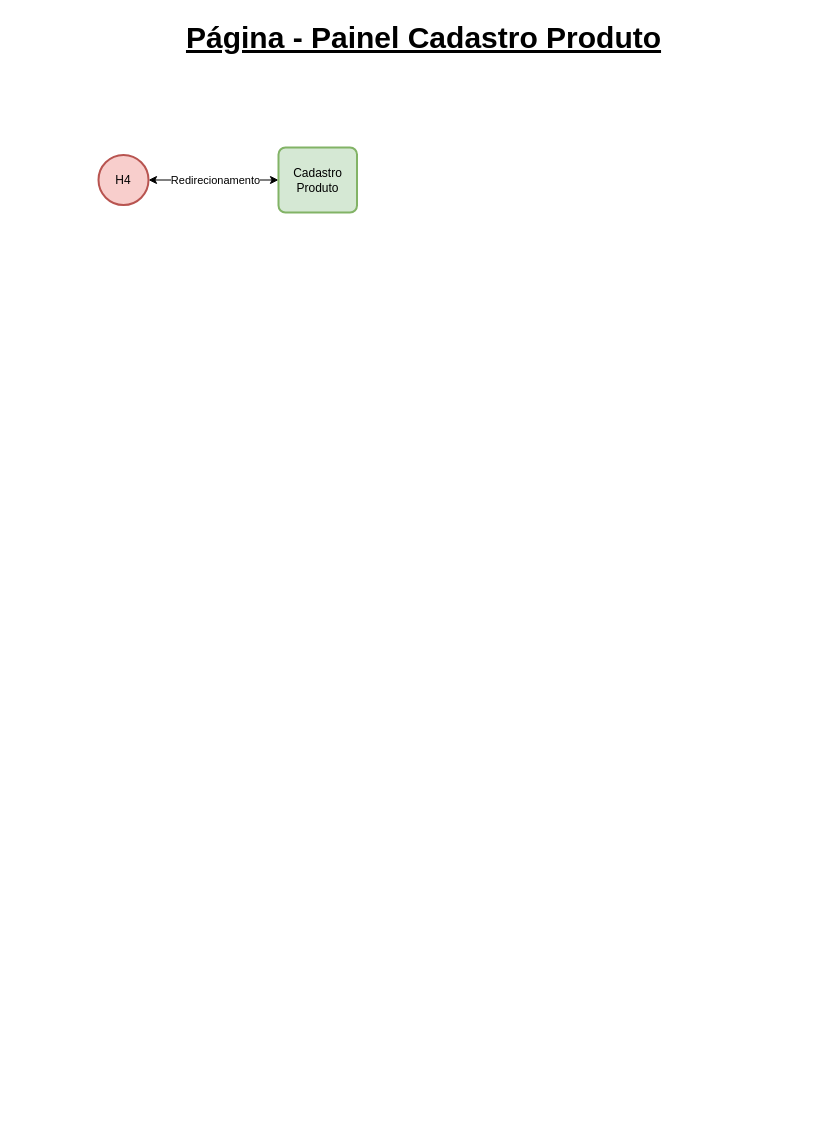
CSFelix/UML keeps this draw.io diagram as page "Flow - Cadastro Produto" (12 of 12) of tcc-flow.drawio. Above is the earlier version. Source tidied: cells renumbered, new cells numbered last; positions are measured from the earlier drawing's top-left corner, leaving out a move shared by most shapes. Both pictures are drawn from the tidied source at 100%, with x=0, y=0 at pixel (98, 17).
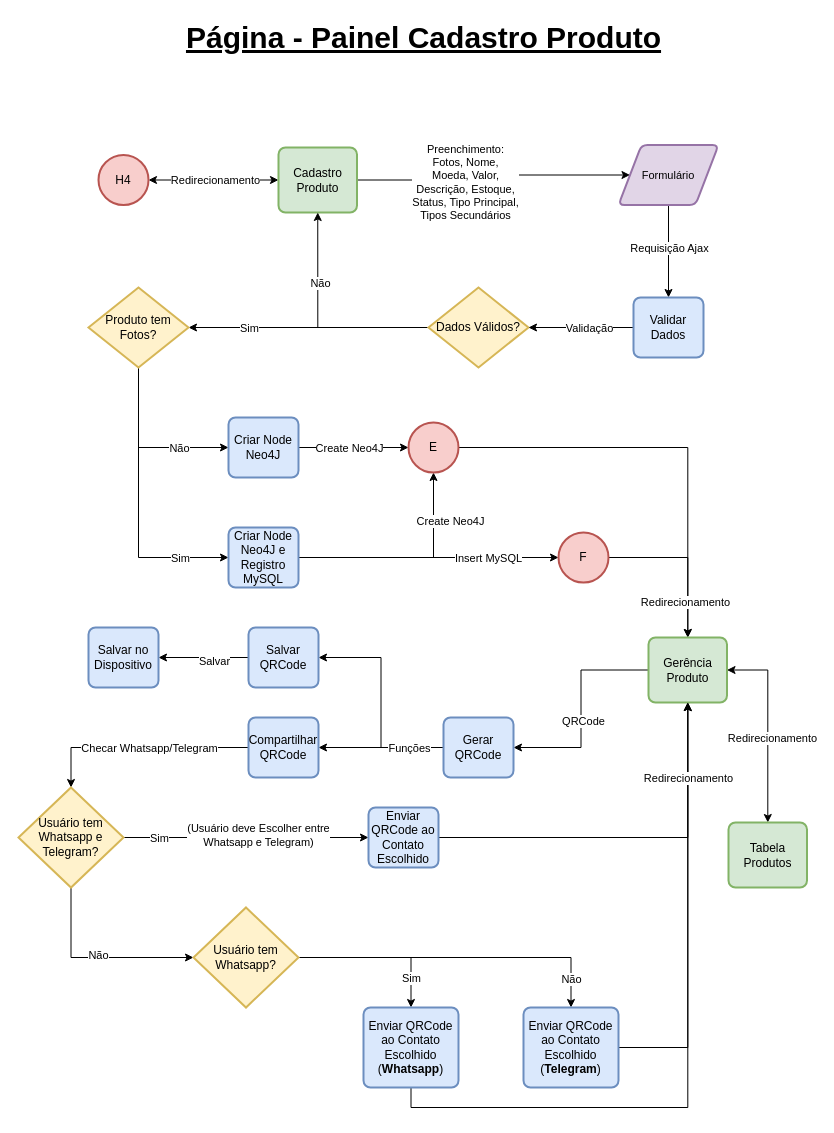
The same page after the edit.

Unchanged cells that the change refers to:
```xml
<mxCell id="6" value="Cadastro Produto" style="rounded=1;whiteSpace=wrap;html=1;absoluteArcSize=1;arcSize=14;strokeWidth=2;fillColor=#d5e8d4;strokeColor=#82b366;" parent="1" vertex="1">
  <mxGeometry x="180" y="130" width="78.5" height="65" as="geometry" />
</mxCell>
```

What changed in the source:
```diff
@@
+    <mxCell id="7" style="edgeStyle=orthogonalEdgeStyle;rounded=0;jettySize=auto;html=1;startArrow=none;startFill=0;endArrow=classic;endFill=1;" parent="1" edge="1" source="6" target="11">
+      <mxGeometry relative="1" as="geometry" />
+    </mxCell>
+    <mxCell id="8" value="Preenchimento:&lt;br&gt;Fotos, Nome,&lt;br&gt;Moeda, Valor,&lt;br&gt;Descrição, Estoque,&lt;br&gt;Status, Tipo Principal,&lt;br&gt;Tipos Secundários" style="edgeLabel;html=1;align=center;verticalAlign=middle;" parent="7" vertex="1">
+      <mxGeometry x="-0.22" y="-2" relative="1" as="geometry" />
+    </mxCell>
@@
+    <mxCell id="9" style="edgeStyle=orthogonalEdgeStyle;rounded=0;jettySize=auto;html=1;startArrow=none;startFill=0;endArrow=classic;endFill=1;" parent="1" edge="1" source="11" target="19">
+      <mxGeometry relative="1" as="geometry" />
+    </mxCell>
+    <mxCell id="10" value="Requisição Ajax" style="edgeLabel;html=1;align=center;verticalAlign=middle;" parent="9" vertex="1">
+      <mxGeometry x="-0.28" y="3" relative="1" as="geometry">
+        <mxPoint x="-3" y="9.5" as="offset" />
+      </mxGeometry>
+    </mxCell>
+    <mxCell id="11" value="Formulário" style="shape=parallelogram;html=1;strokeWidth=2;perimeter=parallelogramPerimeter;whiteSpace=wrap;rounded=1;arcSize=12;size=0.23;shadow=0;glass=0;sketch=0;fillColor=#e1d5e7;fontSize=11;strokeColor=#9673a6;" parent="1" vertex="1">
+      <mxGeometry x="520" y="127.5" width="100" height="60" as="geometry" />
+    </mxCell>
+    <mxCell id="12" style="edgeStyle=orthogonalEdgeStyle;rounded=0;jettySize=auto;html=1;entryX=0.5;entryY=1;entryDx=0;entryDy=0;startArrow=none;startFill=0;endArrow=classic;endFill=1;" parent="1" edge="1" source="16" target="6">
+      <mxGeometry relative="1" as="geometry" />
+    </mxCell>
+    <mxCell id="13" value="Não" style="edgeLabel;html=1;align=center;verticalAlign=middle;" parent="12" vertex="1">
+      <mxGeometry x="0.37" y="-2" relative="1" as="geometry" />
+    </mxCell>
+    <mxCell id="14" style="edgeStyle=orthogonalEdgeStyle;rounded=0;jettySize=auto;html=1;startArrow=none;startFill=0;endArrow=classic;endFill=1;" parent="1" edge="1" source="16" target="24">
+      <mxGeometry relative="1" as="geometry" />
+    </mxCell>
+    <mxCell id="15" value="Sim" style="edgeLabel;html=1;align=center;verticalAlign=middle;" parent="14" vertex="1">
+      <mxGeometry x="0.61" y="3" relative="1" as="geometry">
+        <mxPoint x="13" y="-3" as="offset" />
+      </mxGeometry>
+    </mxCell>
+    <mxCell id="16" value="Dados Válidos?" style="strokeWidth=2;html=1;shape=mxgraph.flowchart.decision;whiteSpace=wrap;fillColor=#fff2cc;strokeColor=#d6b656;" parent="1" vertex="1">
+      <mxGeometry x="330" y="270" width="100" height="80" as="geometry" />
+    </mxCell>
+    <mxCell id="17" style="edgeStyle=orthogonalEdgeStyle;rounded=0;jettySize=auto;html=1;entryX=1;entryY=0.5;entryDx=0;entryDy=0;entryPerimeter=0;startArrow=none;startFill=0;endArrow=classic;endFill=1;" parent="1" edge="1" source="19" target="16">
+      <mxGeometry relative="1" as="geometry" />
+    </mxCell>
+    <mxCell id="18" value="Validação" style="edgeLabel;html=1;align=center;verticalAlign=middle;" parent="17" vertex="1">
+      <mxGeometry x="0.31" relative="1" as="geometry">
+        <mxPoint x="24" as="offset" />
+      </mxGeometry>
+    </mxCell>
+    <mxCell id="19" value="Validar Dados" style="rounded=1;whiteSpace=wrap;html=1;absoluteArcSize=1;arcSize=14;strokeWidth=2;fillColor=#dae8fc;strokeColor=#6c8ebf;" parent="1" vertex="1">
+      <mxGeometry x="535" y="280" width="70" height="60" as="geometry" />
+    </mxCell>
+    <mxCell id="20" style="edgeStyle=orthogonalEdgeStyle;rounded=0;jettySize=auto;html=1;entryX=0;entryY=0.5;entryDx=0;entryDy=0;startArrow=none;startFill=0;endArrow=classic;endFill=1;exitX=0.5;exitY=1;exitDx=0;exitDy=0;exitPerimeter=0;" parent="1" edge="1" source="24" target="32">
+      <mxGeometry relative="1" as="geometry" />
+    </mxCell>
+    <mxCell id="21" value="Sim" style="edgeLabel;html=1;align=center;verticalAlign=middle;" parent="20" vertex="1">
+      <mxGeometry x="0.54" relative="1" as="geometry">
+        <mxPoint x="15" as="offset" />
+      </mxGeometry>
+    </mxCell>
+    <mxCell id="22" style="edgeStyle=orthogonalEdgeStyle;rounded=0;jettySize=auto;html=1;entryX=0;entryY=0.5;entryDx=0;entryDy=0;startArrow=none;startFill=0;endArrow=classic;endFill=1;exitX=0.5;exitY=1;exitDx=0;exitDy=0;exitPerimeter=0;" parent="1" edge="1" source="24" target="27">
+      <mxGeometry relative="1" as="geometry" />
+    </mxCell>
+    <mxCell id="23" value="Não" style="edgeLabel;html=1;align=center;verticalAlign=middle;" parent="22" vertex="1">
+      <mxGeometry x="0.33" y="2" relative="1" as="geometry">
+        <mxPoint x="7" y="2" as="offset" />
+      </mxGeometry>
+    </mxCell>
+    <mxCell id="24" value="Produto tem Fotos?" style="strokeWidth=2;html=1;shape=mxgraph.flowchart.decision;whiteSpace=wrap;fillColor=#fff2cc;strokeColor=#d6b656;" parent="1" vertex="1">
+      <mxGeometry x="-10" y="270" width="100" height="80" as="geometry" />
+    </mxCell>
+    <mxCell id="25" style="edgeStyle=orthogonalEdgeStyle;rounded=0;jettySize=auto;html=1;startArrow=none;startFill=0;endArrow=classic;endFill=1;" parent="1" edge="1" source="27" target="37">
+      <mxGeometry relative="1" as="geometry" />
+    </mxCell>
+    <mxCell id="26" value="Create Neo4J" style="edgeLabel;html=1;align=center;verticalAlign=middle;" parent="25" vertex="1">
+      <mxGeometry x="-0.27" y="3" relative="1" as="geometry">
+        <mxPoint x="10" y="3" as="offset" />
+      </mxGeometry>
+    </mxCell>
+    <mxCell id="27" value="Criar Node Neo4J" style="rounded=1;whiteSpace=wrap;html=1;absoluteArcSize=1;arcSize=14;strokeWidth=2;fillColor=#dae8fc;strokeColor=#6c8ebf;" parent="1" vertex="1">
+      <mxGeometry x="130" y="400" width="70" height="60" as="geometry" />
+    </mxCell>
+    <mxCell id="28" style="edgeStyle=orthogonalEdgeStyle;rounded=0;jettySize=auto;html=1;entryX=0.5;entryY=1;entryDx=0;entryDy=0;entryPerimeter=0;startArrow=none;startFill=0;endArrow=classic;endFill=1;" parent="1" edge="1" source="32" target="37">
+      <mxGeometry relative="1" as="geometry" />
+    </mxCell>
+    <mxCell id="29" value="Create Neo4J" style="edgeLabel;html=1;align=center;verticalAlign=middle;" parent="28" vertex="1">
+      <mxGeometry x="0.57" y="1" relative="1" as="geometry">
+        <mxPoint x="17" y="1" as="offset" />
+      </mxGeometry>
+    </mxCell>
+    <mxCell id="30" style="edgeStyle=orthogonalEdgeStyle;rounded=0;jettySize=auto;html=1;startArrow=none;startFill=0;endArrow=classic;endFill=1;" parent="1" edge="1" source="32" target="34">
+      <mxGeometry relative="1" as="geometry" />
+    </mxCell>
+    <mxCell id="31" value="Insert MySQL" style="edgeLabel;html=1;align=center;verticalAlign=middle;" parent="30" vertex="1">
+      <mxGeometry x="0.31" y="1" relative="1" as="geometry">
+        <mxPoint x="19" y="1" as="offset" />
+      </mxGeometry>
+    </mxCell>
+    <mxCell id="32" value="Criar Node Neo4J e Registro MySQL" style="rounded=1;whiteSpace=wrap;html=1;absoluteArcSize=1;arcSize=14;strokeWidth=2;fillColor=#dae8fc;strokeColor=#6c8ebf;" parent="1" vertex="1">
+      <mxGeometry x="130" y="510" width="70" height="60" as="geometry" />
+    </mxCell>
+    <mxCell id="33" style="edgeStyle=orthogonalEdgeStyle;rounded=0;jettySize=auto;html=1;startArrow=none;startFill=0;endArrow=classic;endFill=1;" parent="1" edge="1" source="34" target="42">
+      <mxGeometry relative="1" as="geometry" />
+    </mxCell>
+    <mxCell id="34" value="F" style="strokeWidth=2;html=1;shape=mxgraph.flowchart.start_2;whiteSpace=wrap;fillColor=#f8cecc;strokeColor=#b85450;" parent="1" vertex="1">
+      <mxGeometry x="460" y="515" width="50" height="50" as="geometry" />
+    </mxCell>
+    <mxCell id="35" style="edgeStyle=orthogonalEdgeStyle;rounded=0;jettySize=auto;html=1;startArrow=none;startFill=0;endArrow=classic;endFill=1;" parent="1" edge="1" source="37" target="42">
+      <mxGeometry relative="1" as="geometry" />
+    </mxCell>
+    <mxCell id="36" value="Redirecionamento" style="edgeLabel;html=1;align=center;verticalAlign=middle;" parent="35" vertex="1">
+      <mxGeometry x="0.83" y="-3" relative="1" as="geometry" />
+    </mxCell>
+    <mxCell id="37" value="E" style="strokeWidth=2;html=1;shape=mxgraph.flowchart.start_2;whiteSpace=wrap;fillColor=#f8cecc;strokeColor=#b85450;" parent="1" vertex="1">
+      <mxGeometry x="310" y="405" width="50" height="50" as="geometry" />
+    </mxCell>
+    <mxCell id="38" style="edgeStyle=orthogonalEdgeStyle;rounded=0;jettySize=auto;html=1;entryX=1;entryY=0.5;entryDx=0;entryDy=0;startArrow=none;startFill=0;endArrow=classic;endFill=1;" parent="1" edge="1" source="42" target="46">
+      <mxGeometry relative="1" as="geometry" />
+    </mxCell>
+    <mxCell id="39" value="QRCode" style="edgeLabel;html=1;align=center;verticalAlign=middle;" parent="38" vertex="1">
+      <mxGeometry x="0.11" y="2" relative="1" as="geometry" />
+    </mxCell>
+    <mxCell id="40" style="edgeStyle=orthogonalEdgeStyle;rounded=0;jettySize=auto;html=1;startArrow=classic;startFill=1;endArrow=classic;endFill=1;" parent="1" edge="1" source="42" target="72">
+      <mxGeometry relative="1" as="geometry" />
+    </mxCell>
+    <mxCell id="41" value="Redirecionamento" style="edgeLabel;html=1;align=center;verticalAlign=middle;" parent="40" vertex="1">
+      <mxGeometry x="0.43" y="4" relative="1" as="geometry">
+        <mxPoint y="-29.7" as="offset" />
+      </mxGeometry>
+    </mxCell>
+    <mxCell id="42" value="Gerência Produto" style="rounded=1;whiteSpace=wrap;html=1;absoluteArcSize=1;arcSize=14;strokeWidth=2;fillColor=#d5e8d4;strokeColor=#82b366;" parent="1" vertex="1">
+      <mxGeometry x="550" y="620" width="78.5" height="65" as="geometry" />
+    </mxCell>
+    <mxCell id="43" style="edgeStyle=orthogonalEdgeStyle;rounded=0;jettySize=auto;html=1;entryX=1;entryY=0.5;entryDx=0;entryDy=0;startArrow=none;startFill=0;endArrow=classic;endFill=1;" parent="1" edge="1" source="46" target="52">
+      <mxGeometry relative="1" as="geometry" />
+    </mxCell>
+    <mxCell id="44" style="edgeStyle=orthogonalEdgeStyle;rounded=0;jettySize=auto;html=1;startArrow=none;startFill=0;endArrow=classic;endFill=1;" parent="1" edge="1" source="46" target="49">
+      <mxGeometry relative="1" as="geometry" />
+    </mxCell>
+    <mxCell id="45" value="Funções" style="edgeLabel;html=1;align=center;verticalAlign=middle;" parent="44" vertex="1">
+      <mxGeometry x="-0.31" y="-2" relative="1" as="geometry">
+        <mxPoint x="8" y="2" as="offset" />
+      </mxGeometry>
+    </mxCell>
+    <mxCell id="46" value="Gerar QRCode" style="rounded=1;whiteSpace=wrap;html=1;absoluteArcSize=1;arcSize=14;strokeWidth=2;fillColor=#dae8fc;strokeColor=#6c8ebf;" parent="1" vertex="1">
+      <mxGeometry x="345" y="700" width="70" height="60" as="geometry" />
+    </mxCell>
+    <mxCell id="47" style="edgeStyle=orthogonalEdgeStyle;rounded=0;jettySize=auto;html=1;startArrow=none;startFill=0;endArrow=classic;endFill=1;" parent="1" edge="1" source="49" target="59">
+      <mxGeometry relative="1" as="geometry" />
+    </mxCell>
+    <mxCell id="48" value="Checar Whatsapp/Telegram" style="edgeLabel;html=1;align=center;verticalAlign=middle;" parent="47" vertex="1">
+      <mxGeometry x="0.22" y="4" relative="1" as="geometry">
+        <mxPoint x="33" y="-4" as="offset" />
+      </mxGeometry>
+    </mxCell>
+    <mxCell id="49" value="Compartilhar QRCode" style="rounded=1;whiteSpace=wrap;html=1;absoluteArcSize=1;arcSize=14;strokeWidth=2;fillColor=#dae8fc;strokeColor=#6c8ebf;" parent="1" vertex="1">
+      <mxGeometry x="150" y="700" width="70" height="60" as="geometry" />
+    </mxCell>
+    <mxCell id="50" style="edgeStyle=orthogonalEdgeStyle;rounded=0;jettySize=auto;html=1;startArrow=none;startFill=0;endArrow=classic;endFill=1;" parent="1" edge="1" source="52" target="53">
+      <mxGeometry relative="1" as="geometry" />
+    </mxCell>
+    <mxCell id="51" value="Salvar" style="edgeLabel;html=1;align=center;verticalAlign=middle;" parent="50" vertex="1">
+      <mxGeometry x="-0.23" y="3" relative="1" as="geometry" />
+    </mxCell>
+    <mxCell id="52" value="Salvar QRCode" style="rounded=1;whiteSpace=wrap;html=1;absoluteArcSize=1;arcSize=14;strokeWidth=2;fillColor=#dae8fc;strokeColor=#6c8ebf;" parent="1" vertex="1">
+      <mxGeometry x="150" y="610" width="70" height="60" as="geometry" />
+    </mxCell>
+    <mxCell id="53" value="Salvar no Dispositivo" style="rounded=1;whiteSpace=wrap;html=1;absoluteArcSize=1;arcSize=14;strokeWidth=2;fillColor=#dae8fc;strokeColor=#6c8ebf;" parent="1" vertex="1">
+      <mxGeometry x="-10" y="610" width="70" height="60" as="geometry" />
+    </mxCell>
+    <mxCell id="54" style="edgeStyle=orthogonalEdgeStyle;rounded=0;jettySize=auto;html=1;startArrow=none;startFill=0;endArrow=classic;endFill=1;" parent="1" edge="1" source="59" target="61">
+      <mxGeometry relative="1" as="geometry" />
+    </mxCell>
+    <mxCell id="55" value="Sim" style="edgeLabel;html=1;align=center;verticalAlign=middle;" parent="54" vertex="1">
+      <mxGeometry x="-0.85" relative="1" as="geometry">
+        <mxPoint x="17" as="offset" />
+      </mxGeometry>
+    </mxCell>
+    <mxCell id="56" value="(Usuário deve Escolher entre&lt;br&gt;Whatsapp e Telegram)" style="edgeLabel;html=1;align=center;verticalAlign=middle;" parent="54" vertex="1">
+      <mxGeometry x="0.09" y="3" relative="1" as="geometry" />
+    </mxCell>
+    <mxCell id="57" style="edgeStyle=orthogonalEdgeStyle;rounded=0;jettySize=auto;html=1;entryX=0;entryY=0.5;entryDx=0;entryDy=0;entryPerimeter=0;startArrow=none;startFill=0;endArrow=classic;endFill=1;exitX=0.5;exitY=1;exitDx=0;exitDy=0;exitPerimeter=0;" parent="1" edge="1" source="59" target="66">
+      <mxGeometry relative="1" as="geometry" />
+    </mxCell>
+    <mxCell id="58" value="Não" style="edgeLabel;html=1;align=center;verticalAlign=middle;" parent="57" vertex="1">
+      <mxGeometry x="0.01" y="3" relative="1" as="geometry" />
+    </mxCell>
+    <mxCell id="59" value="Usuário tem Whatsapp e Telegram?" style="strokeWidth=2;html=1;shape=mxgraph.flowchart.decision;whiteSpace=wrap;fillColor=#fff2cc;strokeColor=#d6b656;" parent="1" vertex="1">
+      <mxGeometry x="-80" y="770" width="105" height="100" as="geometry" />
+    </mxCell>
+    <mxCell id="60" style="edgeStyle=orthogonalEdgeStyle;rounded=0;jettySize=auto;html=1;entryX=0.5;entryY=1;entryDx=0;entryDy=0;startArrow=none;startFill=0;endArrow=classic;endFill=1;" parent="1" edge="1" source="61" target="42">
+      <mxGeometry relative="1" as="geometry" />
+    </mxCell>
+    <mxCell id="61" value="Enviar QRCode ao Contato Escolhido" style="rounded=1;whiteSpace=wrap;html=1;absoluteArcSize=1;arcSize=14;strokeWidth=2;fillColor=#dae8fc;strokeColor=#6c8ebf;" parent="1" vertex="1">
+      <mxGeometry x="270" y="790" width="70" height="60" as="geometry" />
+    </mxCell>
+    <mxCell id="62" style="edgeStyle=orthogonalEdgeStyle;rounded=0;jettySize=auto;html=1;entryX=0.5;entryY=0;entryDx=0;entryDy=0;startArrow=none;startFill=0;endArrow=classic;endFill=1;" parent="1" edge="1" source="66" target="68">
+      <mxGeometry relative="1" as="geometry" />
+    </mxCell>
+    <mxCell id="63" value="Sim" style="edgeLabel;html=1;align=center;verticalAlign=middle;" parent="62" vertex="1">
+      <mxGeometry x="0.53" y="2" relative="1" as="geometry">
+        <mxPoint x="-2" y="8.5" as="offset" />
+      </mxGeometry>
+    </mxCell>
+    <mxCell id="64" style="edgeStyle=orthogonalEdgeStyle;rounded=0;jettySize=auto;html=1;entryX=0.5;entryY=0;entryDx=0;entryDy=0;startArrow=none;startFill=0;endArrow=classic;endFill=1;" parent="1" edge="1" source="66" target="71">
+      <mxGeometry relative="1" as="geometry" />
+    </mxCell>
+    <mxCell id="65" value="Não" style="edgeLabel;html=1;align=center;verticalAlign=middle;" parent="64" vertex="1">
+      <mxGeometry x="0.76" y="1" relative="1" as="geometry">
+        <mxPoint x="-1" y="9.5" as="offset" />
+      </mxGeometry>
+    </mxCell>
+    <mxCell id="66" value="Usuário tem Whatsapp?" style="strokeWidth=2;html=1;shape=mxgraph.flowchart.decision;whiteSpace=wrap;fillColor=#fff2cc;strokeColor=#d6b656;" parent="1" vertex="1">
+      <mxGeometry x="95" y="890" width="105" height="100" as="geometry" />
+    </mxCell>
+    <mxCell id="67" style="edgeStyle=orthogonalEdgeStyle;rounded=0;jettySize=auto;html=1;startArrow=none;startFill=0;endArrow=classic;endFill=1;exitX=0.5;exitY=1;exitDx=0;exitDy=0;" parent="1" edge="1" source="68" target="42">
+      <mxGeometry relative="1" as="geometry" />
+    </mxCell>
+    <mxCell id="68" value="Enviar QRCode ao Contato Escolhido&lt;br&gt;(&lt;b&gt;Whatsapp&lt;/b&gt;)" style="rounded=1;whiteSpace=wrap;html=1;absoluteArcSize=1;arcSize=14;strokeWidth=2;fillColor=#dae8fc;strokeColor=#6c8ebf;" parent="1" vertex="1">
+      <mxGeometry x="265" y="990" width="95" height="80" as="geometry" />
+    </mxCell>
+    <mxCell id="69" style="edgeStyle=orthogonalEdgeStyle;rounded=0;jettySize=auto;html=1;startArrow=none;startFill=0;endArrow=classic;endFill=1;" parent="1" edge="1" source="71" target="42">
+      <mxGeometry relative="1" as="geometry" />
+    </mxCell>
+    <mxCell id="70" value="Redirecionamento" style="edgeLabel;html=1;align=center;verticalAlign=middle;" parent="69" vertex="1">
+      <mxGeometry x="0.04" y="1" relative="1" as="geometry">
+        <mxPoint x="0.9" y="-124.3" as="offset" />
+      </mxGeometry>
+    </mxCell>
+    <mxCell id="71" value="Enviar QRCode ao Contato Escolhido&lt;br&gt;(&lt;b&gt;Telegram&lt;/b&gt;)" style="rounded=1;whiteSpace=wrap;html=1;absoluteArcSize=1;arcSize=14;strokeWidth=2;fillColor=#dae8fc;strokeColor=#6c8ebf;" parent="1" vertex="1">
+      <mxGeometry x="425" y="990" width="95" height="80" as="geometry" />
+    </mxCell>
+    <mxCell id="72" value="Tabela&lt;br&gt;Produtos" style="rounded=1;whiteSpace=wrap;html=1;absoluteArcSize=1;arcSize=14;strokeWidth=2;fillColor=#d5e8d4;strokeColor=#82b366;" parent="1" vertex="1">
+      <mxGeometry x="630" y="805" width="78.5" height="65" as="geometry" />
+    </mxCell>
```
